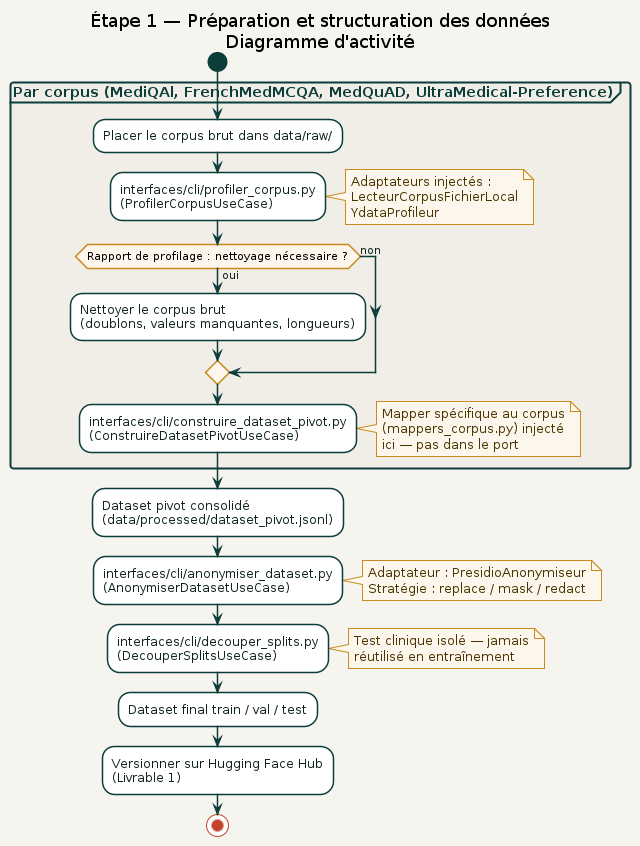
The PlantUML diagram docs/diagrams/02_etape1_donnees/activite/pipeline_donnees.png in racemartin/m14_ocr, before a commit. Its source is kept beside it as docs/diagrams/02_etape1_donnees/activite/pipeline_donnees.puml.
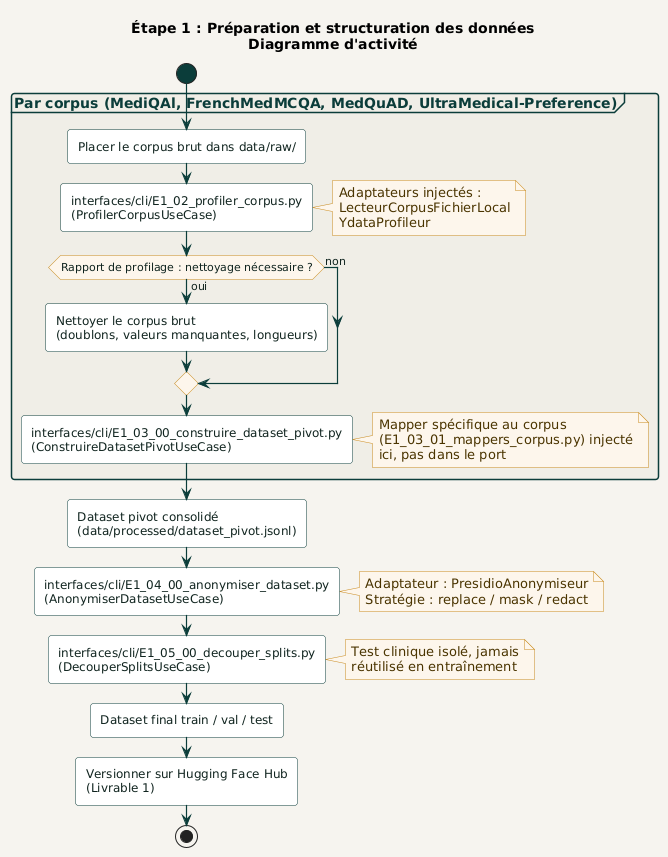
After the change.

What changed in the source:
```diff
@@ -7,7 +7,7 @@
 
 partition "Par corpus (MediQAl, FrenchMedMCQA, MedQuAD, UltraMedical-Preference)" {
   :Placer le corpus brut dans data/raw/;
-  :interfaces/cli/profiler_corpus.py\n(ProfilerCorpusUseCase);
+  :interfaces/cli/E1_02_profiler_corpus.py\n(ProfilerCorpusUseCase);
   note right
     Adaptateurs injectés :
     LecteurCorpusFichierLocal
@@ -19,23 +19,23 @@
   else (non)
   endif
 
-  :interfaces/cli/construire_dataset_pivot.py\n(ConstruireDatasetPivotUseCase);
+  :interfaces/cli/E1_03_00_construire_dataset_pivot.py\n(ConstruireDatasetPivotUseCase);
   note right
     Mapper spécifique au corpus
-    (mappers_corpus.py) injecté
+    (E1_03_01_mappers_corpus.py) injecté
     ici, pas dans le port
   end note
 }
 
 :Dataset pivot consolidé\n(data/processed/dataset_pivot.jsonl);
 
-:interfaces/cli/anonymiser_dataset.py\n(AnonymiserDatasetUseCase);
+:interfaces/cli/E1_04_00_anonymiser_dataset.py\n(AnonymiserDatasetUseCase);
 note right
   Adaptateur : PresidioAnonymiseur
   Stratégie : replace / mask / redact
 end note
 
-:interfaces/cli/decouper_splits.py\n(DecouperSplitsUseCase);
+:interfaces/cli/E1_05_00_decouper_splits.py\n(DecouperSplitsUseCase);
 note right
   Test clinique isolé, jamais
   réutilisé en entraînement
```
